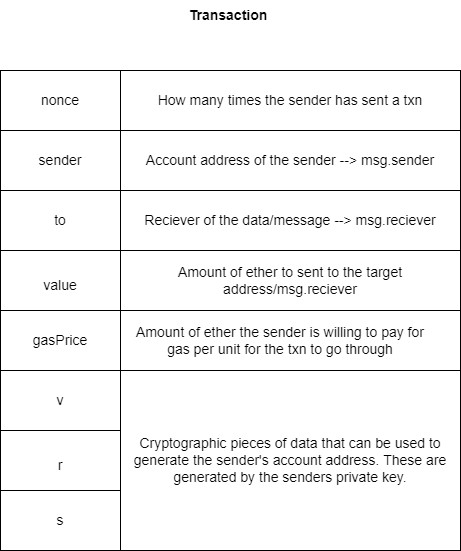
Above: Transaction.drawio.png in Web3-courses/Diagrams (draw.io), before the change. Source tidied: cells renumbered, new cells last; positions are measured from the earlier drawing's top-left corner, leaving out a move shared by most shapes.
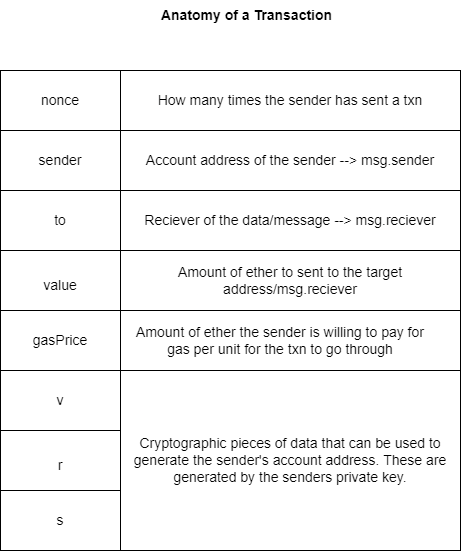
The same file after the commit.

Change to the diagram source:
```diff
@@ -5,8 +5,8 @@
     <mxCell id="2" style="whiteSpace=wrap;html=1;" parent="1" vertex="1">
       <mxGeometry y="70" width="455" height="455" as="geometry" />
     </mxCell>
-    <mxCell id="3" value="Transaction" style="text;html=1;strokeColor=none;fillColor=none;align=center;verticalAlign=middle;whiteSpace=wrap;rounded=0;fontStyle=1;fontSize=14;" parent="1" vertex="1">
-      <mxGeometry x="197.5" width="60" height="30" as="geometry" />
+    <mxCell id="3" value="Anatomy of a Transaction" style="text;html=1;strokeColor=none;fillColor=none;align=center;verticalAlign=middle;whiteSpace=wrap;rounded=0;fontStyle=1;fontSize=14;" parent="1" vertex="1">
+      <mxGeometry x="130" width="232.5" height="30" as="geometry" />
     </mxCell>
     <mxCell id="4" style="rounded=0;whiteSpace=wrap;html=1;fontSize=14;" parent="1" vertex="1">
       <mxGeometry y="70" width="120" height="60" as="geometry" />
```
